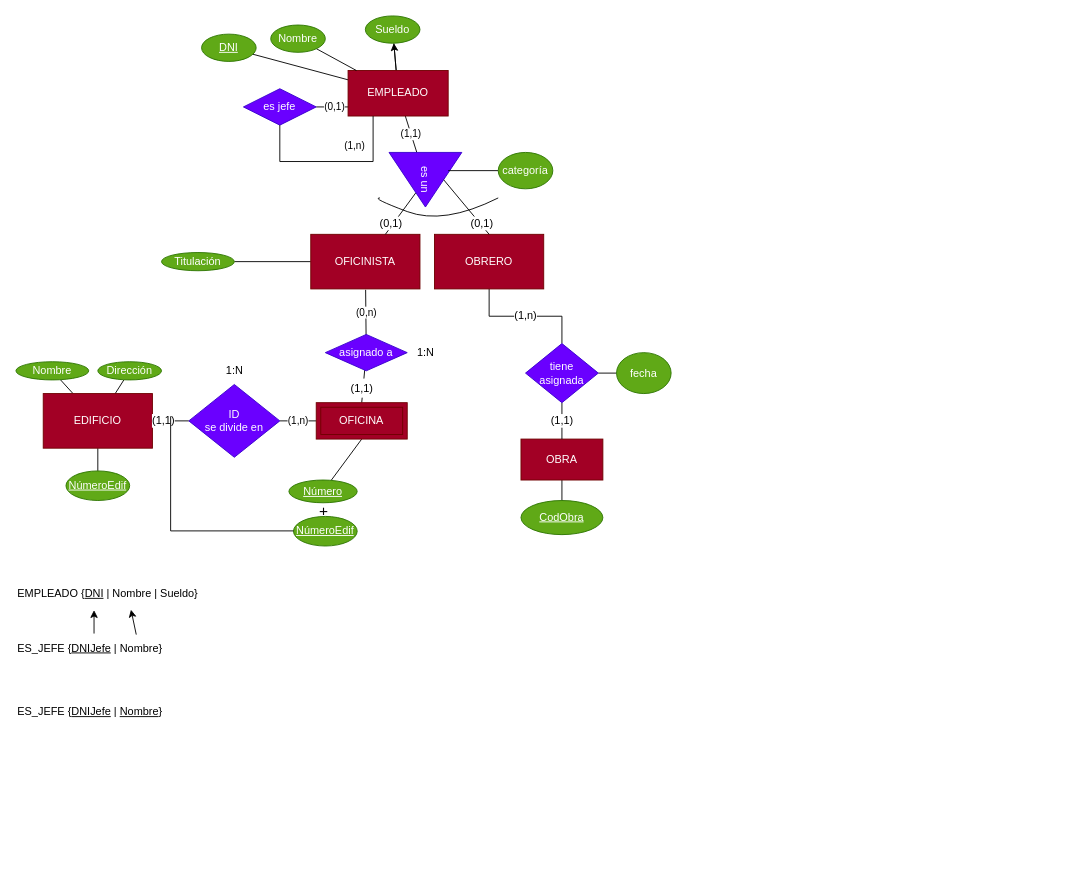
The draw.io diagram page "Ejercicio 10" (3 of 3) of Ejercicio8-9-10.drawio in antonionavarro04/diagramas, before the edit. Source tidied: cells renumbered, new cells numbered last; positions are measured from the earlier drawing's top-left corner, leaving out a move shared by most shapes. Both pictures are drawn from the tidied source at 91%, with x=0, y=0 at pixel (15, 15).
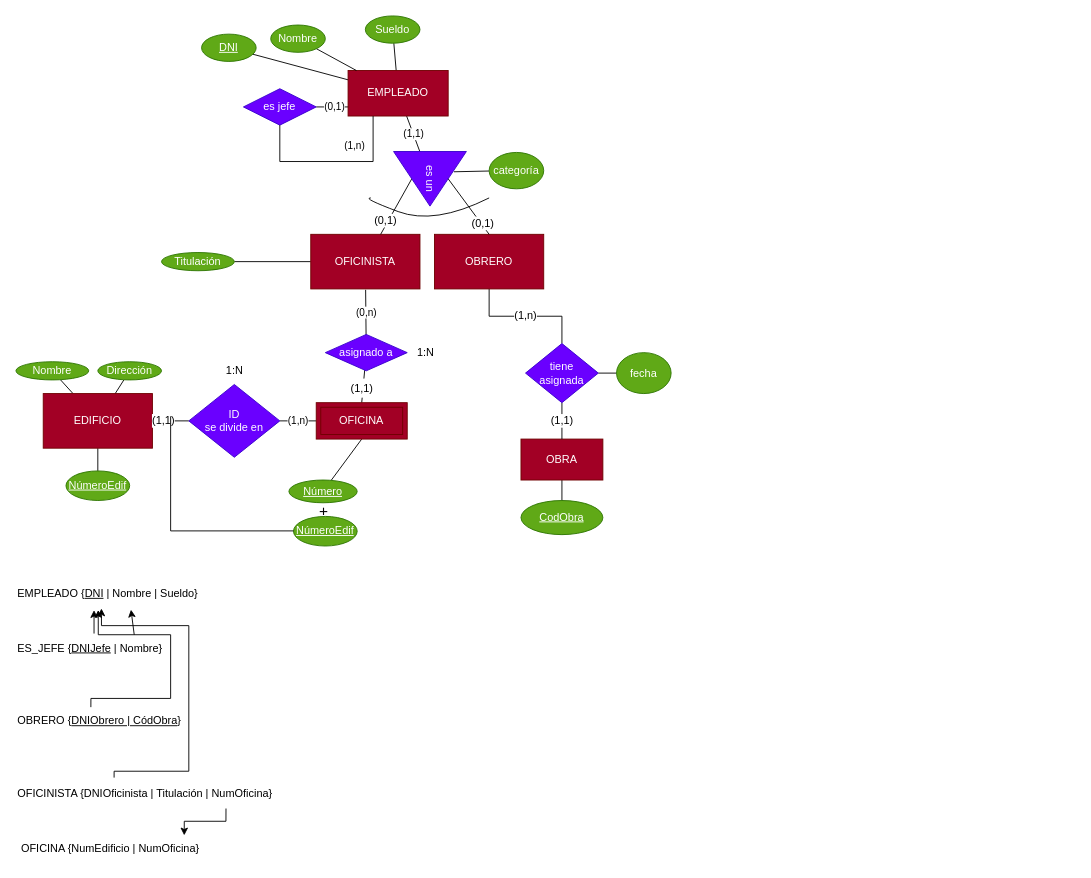
Above is the later version.

Unchanged cells that the change refers to:
```xml
<mxCell id="7" value="EMPLEADO" style="rounded=0;whiteSpace=wrap;html=1;fillColor=#a20025;fontColor=#ffffff;strokeColor=#6F0000;" parent="1" vertex="1">
  <mxGeometry x="365" y="60" width="110" height="50" as="geometry" />
</mxCell>
<mxCell id="10" value="OFICINISTA" style="rounded=0;whiteSpace=wrap;html=1;fillColor=#a20025;fontColor=#ffffff;strokeColor=#6F0000;" parent="1" vertex="1">
  <mxGeometry x="324" y="240" width="120" height="60" as="geometry" />
</mxCell>
<mxCell id="26" value="Sueldo" style="ellipse;whiteSpace=wrap;html=1;rounded=0;fillColor=#60a917;fontColor=#ffffff;strokeColor=#2D7600;" parent="1" vertex="1">
  <mxGeometry x="384" width="60" height="30" as="geometry" />
</mxCell>
```

What changed in the source:
```diff
@@
-    <mxCell id="3" style="edgeStyle=none;rounded=0;jettySize=auto;html=1;" parent="1" edge="1" source="7" target="26">
+    <mxCell id="3" style="edgeStyle=none;rounded=0;jettySize=auto;html=1;endArrow=none;endFill=0;" parent="1" edge="1" source="7" target="26">
       <mxGeometry relative="1" as="geometry" />
     </mxCell>
-    <mxCell id="4" style="edgeStyle=none;rounded=0;jettySize=auto;html=1;endArrow=none;endFill=0;startArrow=none;startFill=0;" parent="1" edge="1" source="7" target="26">
-      <mxGeometry relative="1" as="geometry" />
-    </mxCell>
@@
-    <mxCell id="31" style="edgeStyle=none;rounded=0;jettySize=auto;html=1;startArrow=none;startFill=0;endArrow=none;endFill=0;" parent="1" edge="1" source="33" target="10">
+    <mxCell id="31" style="edgeStyle=none;rounded=0;jettySize=auto;html=1;startArrow=none;startFill=0;endArrow=none;endFill=0;exitX=0.5;exitY=1;exitDx=0;exitDy=0;" parent="1" edge="1" source="33" target="10">
       <mxGeometry relative="1" as="geometry" />
     </mxCell>
@@
     <mxCell id="33" value="es un" style="triangle;whiteSpace=wrap;html=1;rotation=90;fillColor=#6a00ff;fontColor=#ffffff;strokeColor=#3700CC;" parent="1" vertex="1">
-      <mxGeometry x="420" y="140" width="60" height="80" as="geometry" />
+      <mxGeometry x="425" y="139" width="60" height="80" as="geometry" />
     </mxCell>
@@
-    <mxCell id="55" style="endArrow=none;html=1;rounded=0;fontSize=12;" parent="1" edge="1" target="56">
-      <mxGeometry relative="1" as="geometry">
-        <mxPoint x="475" y="170" as="sourcePoint" />
-      </mxGeometry>
+    <mxCell id="55" style="endArrow=none;html=1;rounded=0;fontSize=12;exitX=0.371;exitY=0.171;exitDx=0;exitDy=0;exitPerimeter=0;" parent="1" edge="1" source="33" target="56">
+      <mxGeometry relative="1" as="geometry" />
     </mxCell>
     <mxCell id="56" value="categoría" style="ellipse;whiteSpace=wrap;html=1;align=center;fontSize=12;fillColor=#60a917;fontColor=#ffffff;strokeColor=#2D7600;" parent="1" vertex="1">
-      <mxGeometry x="530" y="150" width="60" height="40" as="geometry" />
+      <mxGeometry x="520" y="150" width="60" height="40" as="geometry" />
     </mxCell>
     <mxCell id="57" style="curved=1;endArrow=none;html=1;rounded=0;fontSize=12;endFill=0;" parent="1" edge="1">
       <mxGeometry relative="1" as="geometry">
-        <mxPoint x="530" y="200" as="sourcePoint" />
-        <mxPoint x="400" y="200" as="targetPoint" />
+        <mxPoint x="520" y="200" as="sourcePoint" />
+        <mxPoint x="390" y="200" as="targetPoint" />
         <Array as="points">
-          <mxPoint x="470" y="230" />
-          <mxPoint x="390" y="200" />
+          <mxPoint x="460" y="230" />
+          <mxPoint x="380" y="200" />
         </Array>
       </mxGeometry>
     </mxCell>
-    <mxCell id="58" value="EMPLEADO {&lt;u&gt;DNI&lt;/u&gt;&amp;nbsp;| Nombre | Sueldo}" style="text;html=1;strokeColor=none;fillColor=none;align=left;verticalAlign=middle;whiteSpace=wrap;rounded=0;" parent="1" vertex="1">
+    <mxCell id="58" value="EMPLEADO {&lt;u&gt;DNI&lt;/u&gt;&amp;nbsp;| Nombre | Sueldo}" style="text;html=1;align=left;verticalAlign=middle;whiteSpace=wrap;rounded=0;" parent="1" vertex="1">
       <mxGeometry y="620" width="1160" height="30" as="geometry" />
     </mxCell>
-    <mxCell id="59" value="ES_JEFE {&lt;u&gt;DNIJefe&lt;/u&gt; | Nombre}" style="text;html=1;strokeColor=none;fillColor=none;align=left;verticalAlign=middle;whiteSpace=wrap;rounded=0;" parent="1" vertex="1">
+    <mxCell id="59" value="ES_JEFE {&lt;u&gt;DNIJefe&lt;/u&gt; | Nombre}" style="text;html=1;strokeColor=none;fillColor=none;align=left;verticalAlign=middle;whiteSpace=wrap;rounded=0;imageVerticalAlign=middle;" parent="1" vertex="1">
       <mxGeometry y="680" width="1160" height="30" as="geometry" />
     </mxCell>
-    <mxCell id="60" value="ES_JEFE {&lt;u&gt;DNIJefe&lt;/u&gt; | &lt;u&gt;Nombre&lt;/u&gt;}" style="text;html=1;strokeColor=none;fillColor=none;align=left;verticalAlign=middle;whiteSpace=wrap;rounded=0;" parent="1" vertex="1">
-      <mxGeometry y="750" width="1160" height="30" as="geometry" />
-    </mxCell>
@@
-    <mxCell id="62" style="endArrow=classic;html=1;rounded=0;entryX=0.109;entryY=1.081;entryDx=0;entryDy=0;entryPerimeter=0;exitX=0.114;exitY=-0.005;exitDx=0;exitDy=0;exitPerimeter=0;" parent="1" edge="1" source="59" target="58">
-      <mxGeometry relative="1" as="geometry" />
+    <mxCell id="62" style="endArrow=classic;html=1;rounded=0;entryX=0.109;entryY=1.081;entryDx=0;entryDy=0;entryPerimeter=0;" parent="1" edge="1" target="58">
+      <mxGeometry relative="1" as="geometry">
+        <mxPoint x="130" y="680" as="sourcePoint" />
+      </mxGeometry>
     </mxCell>
+    <mxCell id="63" value="OBRERO {&lt;u&gt;DNIObrero | CódObra&lt;/u&gt;}" style="text;html=1;strokeColor=none;fillColor=none;align=left;verticalAlign=middle;whiteSpace=wrap;rounded=0;" parent="1" vertex="1">
+      <mxGeometry y="760" width="1160" height="30" as="geometry" />
+    </mxCell>
+    <mxCell id="64" value="OFICINISTA {DNIOficinista | Titulación | NumOficina}" style="text;html=1;strokeColor=none;fillColor=none;align=left;verticalAlign=middle;whiteSpace=wrap;rounded=0;" parent="1" vertex="1">
+      <mxGeometry y="840" width="1160" height="30" as="geometry" />
+    </mxCell>
+    <mxCell id="65" style="endArrow=classic;html=1;rounded=0;exitX=0.093;exitY=-0.1;exitDx=0;exitDy=0;exitPerimeter=0;entryX=0.081;entryY=1.039;entryDx=0;entryDy=0;entryPerimeter=0;edgeStyle=orthogonalEdgeStyle;" parent="1" edge="1" source="64" target="58">
+      <mxGeometry relative="1" as="geometry">
+        <Array as="points">
+          <mxPoint x="108" y="830" />
+          <mxPoint x="190" y="830" />
+          <mxPoint x="190" y="670" />
+          <mxPoint x="94" y="670" />
+        </Array>
+      </mxGeometry>
+    </mxCell>
+    <mxCell id="66" style="endArrow=classic;html=1;rounded=0;exitX=0.071;exitY=-0.014;exitDx=0;exitDy=0;exitPerimeter=0;entryX=0.078;entryY=1.094;entryDx=0;entryDy=0;entryPerimeter=0;edgeStyle=orthogonalEdgeStyle;" parent="1" edge="1" source="63" target="58">
+      <mxGeometry relative="1" as="geometry">
+        <Array as="points">
+          <mxPoint x="82" y="750" />
+          <mxPoint x="170" y="750" />
+          <mxPoint x="170" y="680" />
+          <mxPoint x="91" y="680" />
+        </Array>
+      </mxGeometry>
+    </mxCell>
+    <mxCell id="67" value="OFICINA {NumEdificio | NumOficina}" style="text;html=1;strokeColor=none;fillColor=none;align=left;verticalAlign=middle;whiteSpace=wrap;rounded=0;" parent="1" vertex="1">
+      <mxGeometry x="4" y="900" width="1160" height="30" as="geometry" />
+    </mxCell>
+    <mxCell id="68" style="endArrow=classic;html=1;rounded=0;exitX=0.199;exitY=1.033;exitDx=0;exitDy=0;exitPerimeter=0;entryX=0.156;entryY=0.017;entryDx=0;entryDy=0;entryPerimeter=0;edgeStyle=orthogonalEdgeStyle;" parent="1" edge="1" source="64" target="67">
+      <mxGeometry relative="1" as="geometry" />
+    </mxCell>
```
